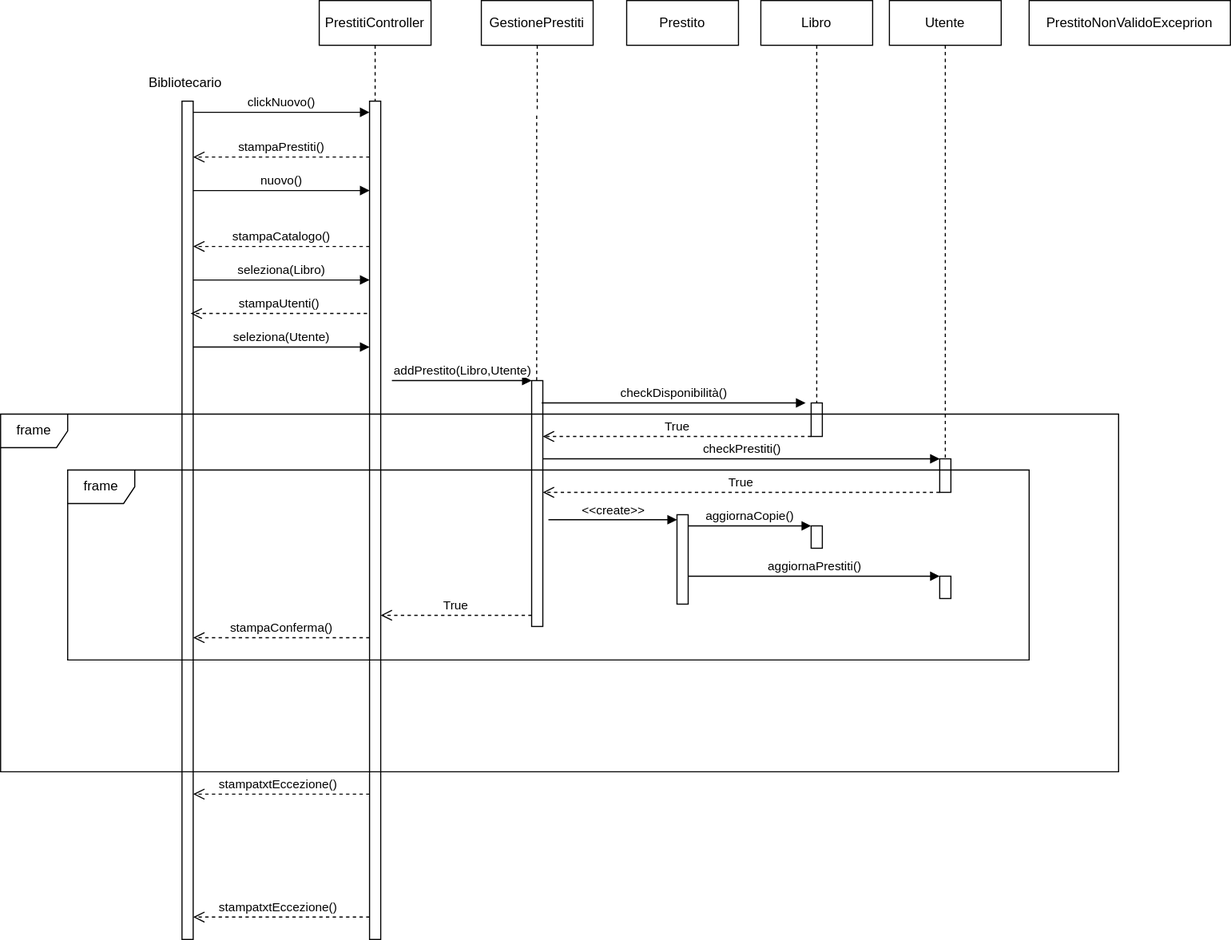
Before: Design/DiagrammaSequenzaPrestito.svg, a diagram exported from draw.io (doppiaaa/Progetto-Biblioteca-Ingegneria-del-Software). Source tidied: cells renumbered, new cells last; positions are measured from the earlier drawing's top-left corner, leaving out a move shared by most shapes.
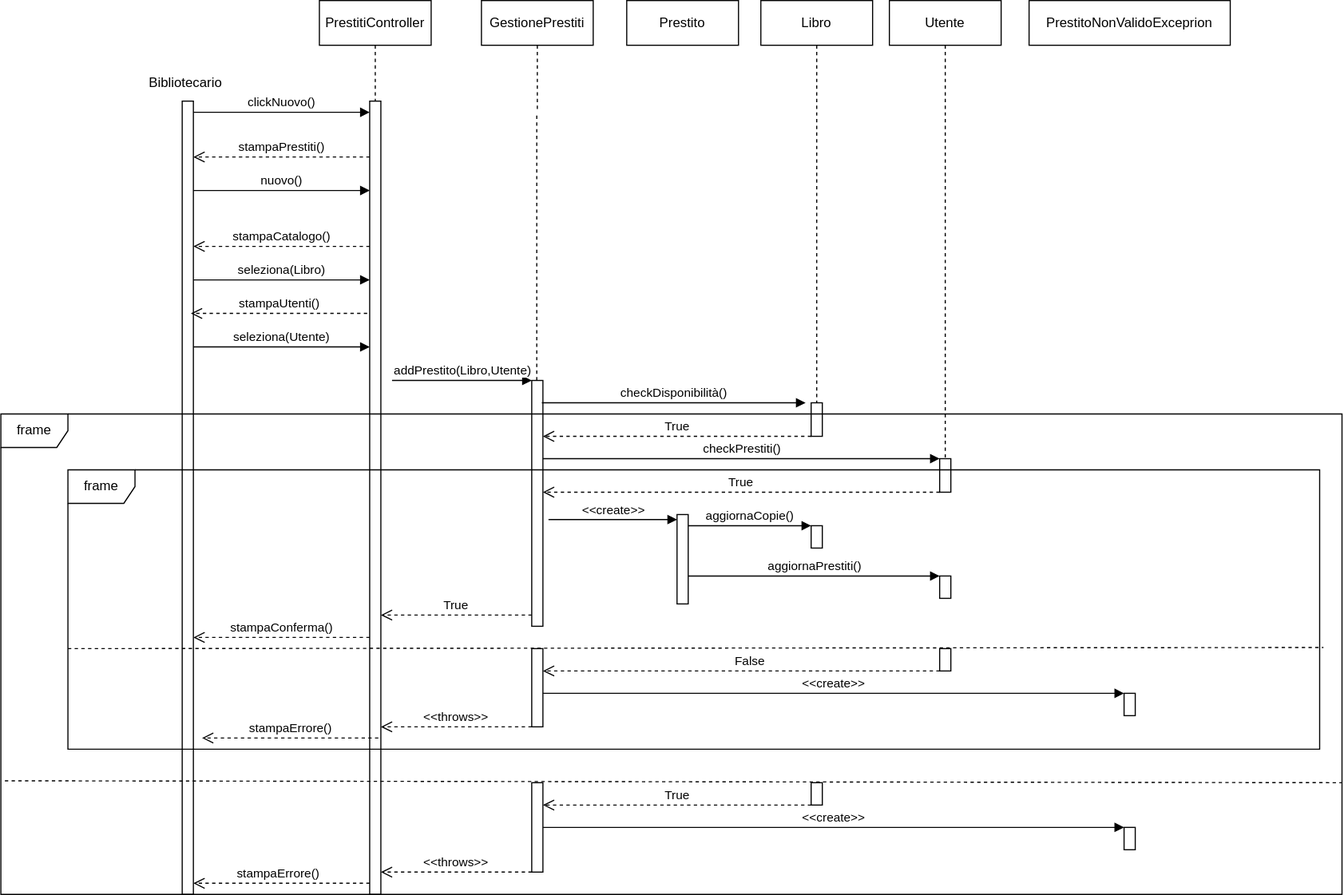
Later version of the same file.

The edit, as a diff of the source:
```diff
@@ -6,10 +6,10 @@
       <mxGeometry x="150" width="30" height="60" as="geometry" />
     </mxCell>
     <mxCell id="3" style="html=1;perimeter=orthogonalPerimeter;targetShapes=umlLifeline;newEdgeStyle={&quot;curved&quot;:0,&quot;rounded&quot;:0};" parent="1" vertex="1">
-      <mxGeometry x="162.2" y="90" width="10" height="750" as="geometry" />
+      <mxGeometry x="162.2" y="90" width="10" height="710" as="geometry" />
     </mxCell>
     <mxCell id="4" style="html=1;points=[[0,0,0,0,5],[0,1,0,0,-5],[1,0,0,0,5],[1,1,0,0,-5]];perimeter=orthogonalPerimeter;outlineConnect=0;targetShapes=umlLifeline;portConstraint=eastwest;newEdgeStyle={&quot;curved&quot;:0,&quot;rounded&quot;:0};" parent="1" vertex="1">
-      <mxGeometry x="330" y="90" width="10" height="750" as="geometry" />
+      <mxGeometry x="330" y="90" width="10" height="710" as="geometry" />
     </mxCell>
     <mxCell id="5" value="PrestitiController" style="shape=umlLifeline;perimeter=lifelinePerimeter;whiteSpace=wrap;html=1;newEdgeStyle={&quot;curved&quot;:0,&quot;rounded&quot;:0};" parent="1" vertex="1">
       <mxGeometry x="285" width="100" height="90" as="geometry" />
@@ -92,24 +92,13 @@
         <mxPoint x="172.2" y="570" as="targetPoint" />
       </mxGeometry>
     </mxCell>
-    <mxCell id="23" style="html=1;verticalAlign=bottom;endArrow=open;dashed=1;endSize=8;curved=0;rounded=0;" parent="1" edge="1">
-      <mxGeometry relative="1" as="geometry">
-        <mxPoint x="330" y="710" as="sourcePoint" />
-        <mxPoint x="172.2" y="710" as="targetPoint" />
-      </mxGeometry>
-    </mxCell>
-    <mxCell id="24" value="stampatxtEccezione()" style="edgeLabel;html=1;align=center;verticalAlign=middle;" parent="23" vertex="1">
-      <mxGeometry x="0.05" y="-1" relative="1" as="geometry">
-        <mxPoint y="-9" as="offset" />
-      </mxGeometry>
-    </mxCell>
     <mxCell id="25" style="html=1;verticalAlign=bottom;endArrow=open;dashed=1;endSize=8;curved=0;rounded=0;" parent="1" edge="1">
       <mxGeometry relative="1" as="geometry">
-        <mxPoint x="330" y="820" as="sourcePoint" />
-        <mxPoint x="172.2" y="820" as="targetPoint" />
+        <mxPoint x="330" y="790" as="sourcePoint" />
+        <mxPoint x="172.2" y="790" as="targetPoint" />
       </mxGeometry>
     </mxCell>
-    <mxCell id="26" value="stampatxtEccezione()" style="edgeLabel;html=1;align=center;verticalAlign=middle;" parent="25" vertex="1">
+    <mxCell id="26" value="stampaErrore()" style="edgeLabel;html=1;align=center;verticalAlign=middle;" parent="25" vertex="1">
       <mxGeometry x="0.05" y="-1" relative="1" as="geometry">
         <mxPoint y="-9" as="offset" />
       </mxGeometry>
@@ -169,10 +158,78 @@
       </mxGeometry>
     </mxCell>
     <mxCell id="39" value="frame" style="shape=umlFrame;whiteSpace=wrap;html=1;" parent="1" vertex="1">
-      <mxGeometry y="370" width="1000" height="320" as="geometry" />
+      <mxGeometry y="370" width="1200" height="430" as="geometry" />
     </mxCell>
     <mxCell id="40" value="frame" style="shape=umlFrame;whiteSpace=wrap;html=1;" parent="1" vertex="1">
-      <mxGeometry x="60" y="420" width="860" height="170" as="geometry" />
+      <mxGeometry x="60" y="420" width="1120" height="250" as="geometry" />
     </mxCell>
+    <mxCell id="41" style="endArrow=none;dashed=1;html=1;rounded=0;exitX=0;exitY=0.691;exitDx=0;exitDy=0;exitPerimeter=0;entryX=1.003;entryY=0.687;entryDx=0;entryDy=0;entryPerimeter=0;" parent="1" edge="1">
+      <mxGeometry relative="1" as="geometry">
+        <mxPoint x="60" y="580" as="sourcePoint" />
+        <mxPoint x="1183.4" y="579" as="targetPoint" />
+      </mxGeometry>
+    </mxCell>
+    <mxCell id="42" style="html=1;perimeter=orthogonalPerimeter;targetShapes=umlLifeline;newEdgeStyle={&quot;curved&quot;:0,&quot;rounded&quot;:0};" parent="1" vertex="1">
+      <mxGeometry x="840" y="580" width="10" height="20" as="geometry" />
+    </mxCell>
+    <mxCell id="43" style="html=1;points=[[0,0,0,0,5],[0,1,0,0,-5],[1,0,0,0,5],[1,1,0,0,-5]];perimeter=orthogonalPerimeter;outlineConnect=0;targetShapes=umlLifeline;portConstraint=eastwest;newEdgeStyle={&quot;curved&quot;:0,&quot;rounded&quot;:0};" parent="1" vertex="1">
+      <mxGeometry x="475" y="580" width="10" height="70" as="geometry" />
+    </mxCell>
+    <mxCell id="44" value="False" style="html=1;verticalAlign=bottom;endArrow=open;dashed=1;endSize=8;curved=0;rounded=0;" parent="1" edge="1" target="43">
+      <mxGeometry x="-0.04" relative="1" as="geometry">
+        <mxPoint x="840" y="600" as="sourcePoint" />
+      </mxGeometry>
+    </mxCell>
+    <mxCell id="45" style="html=1;points=[[0,0,0,0,5],[0,1,0,0,-5],[1,0,0,0,5],[1,1,0,0,-5]];perimeter=orthogonalPerimeter;outlineConnect=0;targetShapes=umlLifeline;portConstraint=eastwest;newEdgeStyle={&quot;curved&quot;:0,&quot;rounded&quot;:0};" parent="1" vertex="1">
+      <mxGeometry x="1005" y="620" width="10" height="20" as="geometry" />
+    </mxCell>
+    <mxCell id="46" value="&amp;lt;&amp;lt;create&amp;gt;&amp;gt;" style="html=1;verticalAlign=bottom;endArrow=block;curved=0;rounded=0;" parent="1" edge="1" source="43" target="45">
+      <mxGeometry relative="1" as="geometry" />
+    </mxCell>
+    <mxCell id="47" value="&amp;lt;&amp;lt;throws&amp;gt;&amp;gt;" style="html=1;verticalAlign=bottom;endArrow=open;dashed=1;endSize=8;curved=0;rounded=0;" parent="1" edge="1">
+      <mxGeometry relative="1" as="geometry">
+        <mxPoint x="475" y="650" as="sourcePoint" />
+        <mxPoint x="340" y="650" as="targetPoint" />
+      </mxGeometry>
+    </mxCell>
+    <mxCell id="48" value="stampaErrore()" style="html=1;verticalAlign=bottom;endArrow=open;dashed=1;endSize=8;curved=0;rounded=0;" parent="1" edge="1">
+      <mxGeometry relative="1" as="geometry">
+        <mxPoint x="337.8" y="660" as="sourcePoint" />
+        <mxPoint x="180" y="660" as="targetPoint" />
+      </mxGeometry>
+    </mxCell>
+    <mxCell id="49" style="html=1;perimeter=orthogonalPerimeter;targetShapes=umlLifeline;newEdgeStyle={&quot;curved&quot;:0,&quot;rounded&quot;:0};" parent="1" vertex="1">
+      <mxGeometry x="1005" y="740" width="10" height="20" as="geometry" />
+    </mxCell>
+    <mxCell id="50" style="endArrow=none;dashed=1;html=1;rounded=0;exitX=0.002;exitY=0.633;exitDx=0;exitDy=0;exitPerimeter=0;entryX=0.999;entryY=0.637;entryDx=0;entryDy=0;entryPerimeter=0;" parent="1" edge="1">
+      <mxGeometry relative="1" as="geometry">
+        <mxPoint x="3.6" y="698.3" as="sourcePoint" />
+        <mxPoint x="1200" y="700" as="targetPoint" />
+      </mxGeometry>
+    </mxCell>
+    <mxCell id="51" style="html=1;perimeter=orthogonalPerimeter;targetShapes=umlLifeline;newEdgeStyle={&quot;curved&quot;:0,&quot;rounded&quot;:0};" parent="1" vertex="1">
+      <mxGeometry x="725" y="700" width="10" height="20" as="geometry" />
+    </mxCell>
+    <mxCell id="52" style="html=1;perimeter=orthogonalPerimeter;targetShapes=umlLifeline;newEdgeStyle={&quot;curved&quot;:0,&quot;rounded&quot;:0};" parent="1" vertex="1">
+      <mxGeometry x="475" y="700" width="10" height="80" as="geometry" />
+    </mxCell>
+    <mxCell id="53" value="True" style="html=1;verticalAlign=bottom;endArrow=open;dashed=1;endSize=8;curved=0;rounded=0;" parent="1" edge="1">
+      <mxGeometry relative="1" as="geometry">
+        <mxPoint x="725" y="720" as="sourcePoint" />
+        <mxPoint x="485" y="720" as="targetPoint" />
+      </mxGeometry>
+    </mxCell>
+    <mxCell id="54" value="&amp;lt;&amp;lt;create&amp;gt;&amp;gt;" style="html=1;verticalAlign=bottom;endArrow=block;curved=0;rounded=0;" parent="1" edge="1">
+      <mxGeometry relative="1" as="geometry">
+        <mxPoint x="485" y="740" as="sourcePoint" />
+        <mxPoint x="1005" y="740" as="targetPoint" />
+      </mxGeometry>
+    </mxCell>
+    <mxCell id="55" value="&amp;lt;&amp;lt;throws&amp;gt;&amp;gt;" style="html=1;verticalAlign=bottom;endArrow=open;dashed=1;endSize=8;curved=0;rounded=0;" parent="1" edge="1">
+      <mxGeometry relative="1" as="geometry">
+        <mxPoint x="475" y="780" as="sourcePoint" />
+        <mxPoint x="340" y="780" as="targetPoint" />
+      </mxGeometry>
+    </mxCell>
   </root>
 </mxGraphModel>
```
